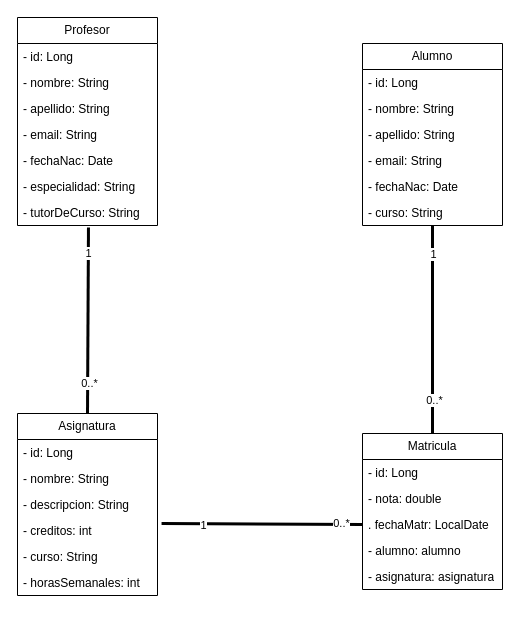
The draw.io diagram UML.drawio in guille463/AulaNet, before the edit. Source tidied: cells renumbered, new cells numbered last; positions are measured from the earlier drawing's top-left corner, leaving out a move shared by most shapes. Both pictures are drawn from the tidied source at 100%, with x=0, y=0 at pixel (17, 17).
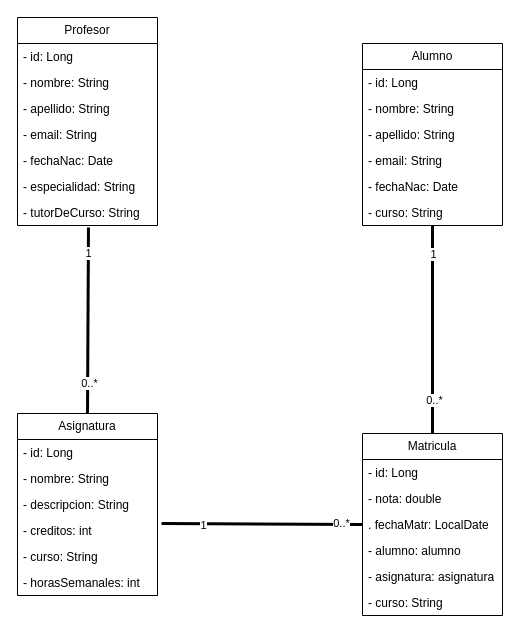
Above is the later version.

Commit message (it also covers changes not shown here):
feat:  controller Matricula

Change to the diagram source:
```diff
@@
     <mxCell id="24" value="Matricula" style="swimlane;fontStyle=0;horizontal=1;startSize=26;fillColor=none;whiteSpace=wrap;html=1;" parent="1" vertex="1">
-      <mxGeometry x="345" y="416" width="140" height="156" as="geometry" />
+      <mxGeometry x="345" y="416" width="140" height="182" as="geometry" />
     </mxCell>
@@
+    <mxCell id="40" value="- curso: String" style="text;strokeColor=none;fillColor=none;align=left;verticalAlign=top;spacingLeft=4;spacingRight=4;overflow=hidden;whiteSpace=wrap;html=1;" parent="24" vertex="1">
+      <mxGeometry y="156" width="140" height="26" as="geometry" />
+    </mxCell>
```
